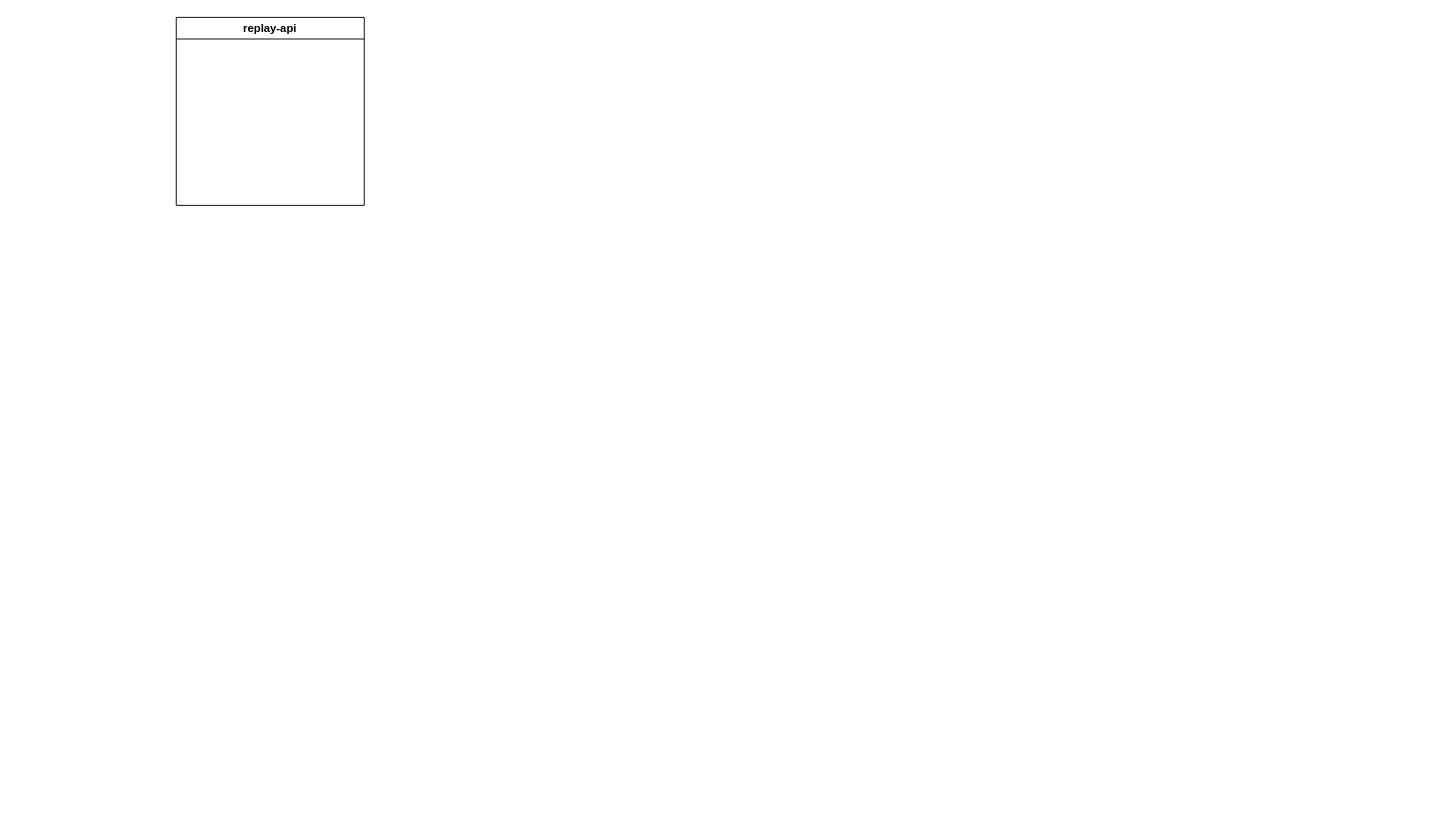
This is Untitled Diagram.drawio from pkx10086/diagram, a draw.io file, before an edit. Source tidied: cells renumbered, new cells numbered last; positions are measured from the earlier drawing's top-left corner, leaving out a move shared by most shapes. Both pictures are drawn from the tidied source at 94%, with x=0, y=0 at pixel (176, 17).
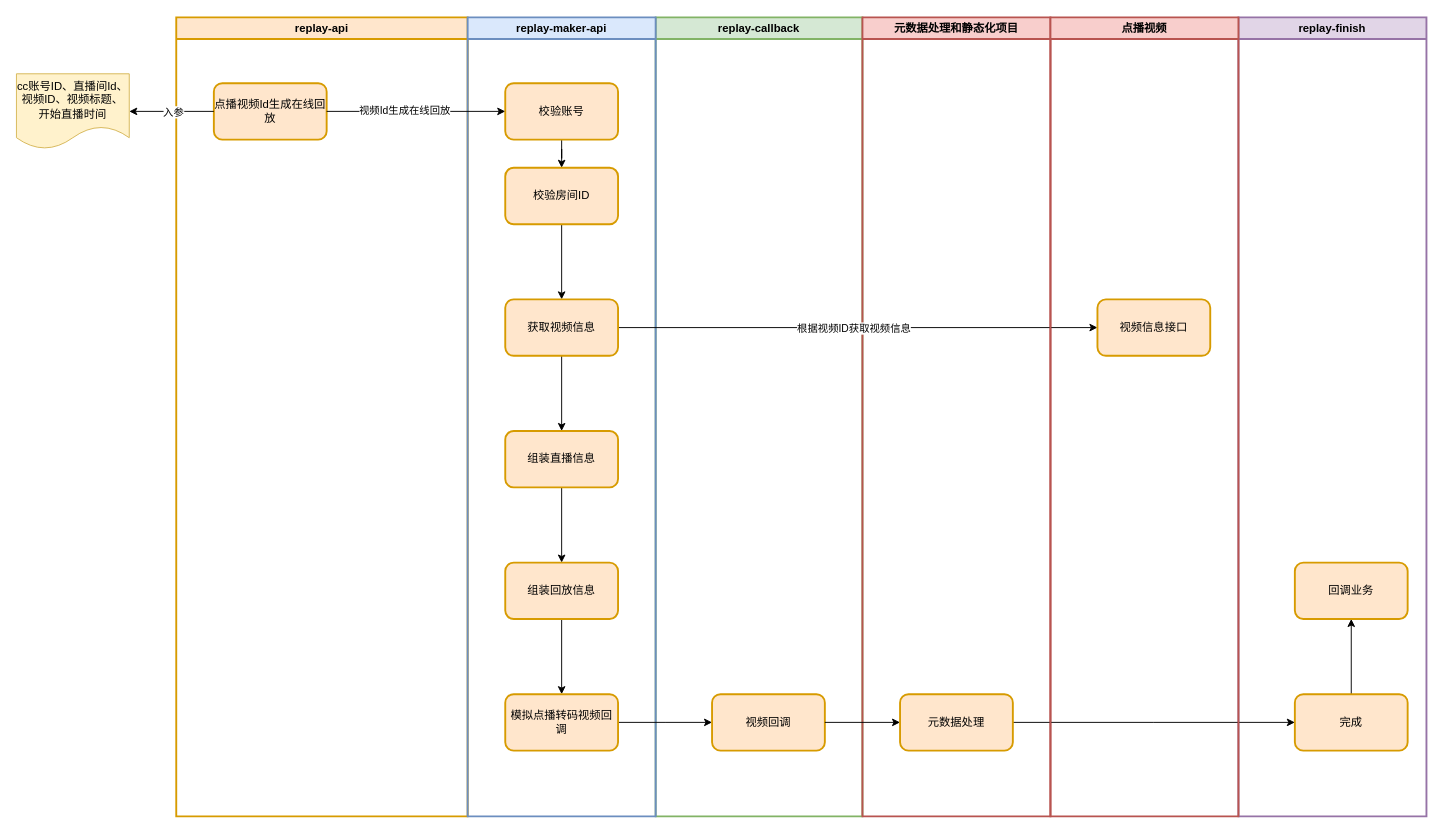
After the change.

Diff of the diagram source:
```diff
@@
-    <mxCell id="2" value="replay-api" style="swimlane;whiteSpace=wrap;html=1;" parent="1" vertex="1">
-      <mxGeometry width="200" height="200" as="geometry" />
+    <mxCell id="2" value="replay-api" style="swimlane;whiteSpace=wrap;html=1;fillColor=#ffe6cc;strokeColor=#d79b00;strokeWidth=2;startSize=23;" parent="1" vertex="1">
+      <mxGeometry width="310" height="850" as="geometry" />
     </mxCell>
+    <mxCell id="3" value="点播视频Id生成在线回放" style="rounded=1;whiteSpace=wrap;html=1;fillColor=#ffe6cc;strokeColor=#d79b00;strokeWidth=2;" parent="2" vertex="1">
+      <mxGeometry x="40" y="70" width="120" height="60" as="geometry" />
+    </mxCell>
+    <mxCell id="4" value="replay-callback" style="swimlane;whiteSpace=wrap;html=1;fillColor=#d5e8d4;strokeColor=#82b366;strokeWidth=2;" parent="1" vertex="1">
+      <mxGeometry x="510" width="220" height="850" as="geometry" />
+    </mxCell>
+    <mxCell id="5" value="视频回调" style="whiteSpace=wrap;html=1;fillColor=#ffe6cc;strokeColor=#d79b00;rounded=1;strokeWidth=2;" parent="4" vertex="1">
+      <mxGeometry x="60" y="720" width="120" height="60" as="geometry" />
+    </mxCell>
+    <mxCell id="6" value="replay-finish" style="swimlane;whiteSpace=wrap;html=1;fillColor=#e1d5e7;strokeColor=#9673a6;strokeWidth=2;" parent="1" vertex="1">
+      <mxGeometry x="1130" width="200" height="850" as="geometry" />
+    </mxCell>
+    <mxCell id="7" style="edgeStyle=orthogonalEdgeStyle;rounded=0;jettySize=auto;html=1;" parent="6" edge="1" source="8" target="9">
+      <mxGeometry relative="1" as="geometry" />
+    </mxCell>
+    <mxCell id="8" value="完成" style="whiteSpace=wrap;html=1;fillColor=#ffe6cc;strokeColor=#d79b00;rounded=1;strokeWidth=2;" parent="6" vertex="1">
+      <mxGeometry x="60" y="720" width="120" height="60" as="geometry" />
+    </mxCell>
+    <mxCell id="9" value="回调业务" style="whiteSpace=wrap;html=1;fillColor=#ffe6cc;strokeColor=#d79b00;rounded=1;strokeWidth=2;" parent="6" vertex="1">
+      <mxGeometry x="60" y="580" width="120" height="60" as="geometry" />
+    </mxCell>
+    <mxCell id="10" value="元数据处理和静态化项目" style="swimlane;whiteSpace=wrap;html=1;fillColor=#f8cecc;strokeColor=#b85450;strokeWidth=2;" parent="1" vertex="1">
+      <mxGeometry x="730" width="200" height="850" as="geometry" />
+    </mxCell>
+    <mxCell id="11" style="edgeStyle=orthogonalEdgeStyle;rounded=0;jettySize=auto;html=1;" parent="10" edge="1" source="12">
+      <mxGeometry relative="1" as="geometry">
+        <mxPoint x="460" y="750" as="targetPoint" />
+      </mxGeometry>
+    </mxCell>
+    <mxCell id="12" value="元数据处理" style="whiteSpace=wrap;html=1;fillColor=#ffe6cc;strokeColor=#d79b00;rounded=1;strokeWidth=2;" parent="10" vertex="1">
+      <mxGeometry x="40" y="720" width="120" height="60" as="geometry" />
+    </mxCell>
+    <mxCell id="13" value="cc账号ID、直播间Id、视频ID、视频标题、开始直播时间" style="shape=document;whiteSpace=wrap;html=1;boundedLbl=1;fillColor=#fff2cc;strokeColor=#d6b656;" parent="1" vertex="1">
+      <mxGeometry x="-170" y="60" width="120" height="80" as="geometry" />
+    </mxCell>
+    <mxCell id="14" style="edgeStyle=orthogonalEdgeStyle;rounded=0;jettySize=auto;html=1;entryX=1;entryY=0.5;entryDx=0;entryDy=0;" parent="1" edge="1" source="3" target="13">
+      <mxGeometry relative="1" as="geometry" />
+    </mxCell>
+    <mxCell id="15" value="入参" style="edgeLabel;html=1;align=center;verticalAlign=middle;" parent="14" vertex="1">
+      <mxGeometry x="-0.02" relative="1" as="geometry" />
+    </mxCell>
+    <mxCell id="16" value="replay-maker-api" style="swimlane;whiteSpace=wrap;html=1;fillColor=#dae8fc;strokeColor=#6c8ebf;strokeWidth=2;" parent="1" vertex="1">
+      <mxGeometry x="310" width="200" height="850" as="geometry" />
+    </mxCell>
+    <mxCell id="17" style="edgeStyle=orthogonalEdgeStyle;rounded=0;jettySize=auto;html=1;" parent="16" edge="1" source="18" target="20">
+      <mxGeometry relative="1" as="geometry" />
+    </mxCell>
+    <mxCell id="18" value="校验账号" style="whiteSpace=wrap;html=1;fillColor=#ffe6cc;strokeColor=#d79b00;rounded=1;strokeWidth=2;" parent="16" vertex="1">
+      <mxGeometry x="40" y="70" width="120" height="60" as="geometry" />
+    </mxCell>
+    <mxCell id="19" style="edgeStyle=orthogonalEdgeStyle;rounded=0;jettySize=auto;html=1;" parent="16" edge="1" source="20" target="24">
+      <mxGeometry relative="1" as="geometry" />
+    </mxCell>
+    <mxCell id="20" value="校验房间ID" style="whiteSpace=wrap;html=1;fillColor=#ffe6cc;strokeColor=#d79b00;rounded=1;strokeWidth=2;" parent="16" vertex="1">
+      <mxGeometry x="40" y="160" width="120" height="60" as="geometry" />
+    </mxCell>
+    <mxCell id="21" style="edgeStyle=orthogonalEdgeStyle;rounded=0;jettySize=auto;html=1;" parent="16" edge="1" source="24">
+      <mxGeometry relative="1" as="geometry">
+        <mxPoint x="670" y="330" as="targetPoint" />
+      </mxGeometry>
+    </mxCell>
+    <mxCell id="22" value="根据视频ID获取视频信息" style="edgeLabel;html=1;align=center;verticalAlign=middle;" parent="21" vertex="1">
+      <mxGeometry x="-0.02" relative="1" as="geometry" />
+    </mxCell>
+    <mxCell id="23" style="edgeStyle=orthogonalEdgeStyle;rounded=0;jettySize=auto;html=1;" parent="16" edge="1" source="24" target="26">
+      <mxGeometry relative="1" as="geometry" />
+    </mxCell>
+    <mxCell id="24" value="获取视频信息" style="whiteSpace=wrap;html=1;fillColor=#ffe6cc;strokeColor=#d79b00;rounded=1;strokeWidth=2;" parent="16" vertex="1">
+      <mxGeometry x="40" y="300" width="120" height="60" as="geometry" />
+    </mxCell>
+    <mxCell id="25" style="edgeStyle=orthogonalEdgeStyle;rounded=0;jettySize=auto;html=1;" parent="16" edge="1" source="26" target="28">
+      <mxGeometry relative="1" as="geometry" />
+    </mxCell>
+    <mxCell id="26" value="组装直播信息" style="whiteSpace=wrap;html=1;fillColor=#ffe6cc;strokeColor=#d79b00;rounded=1;strokeWidth=2;" parent="16" vertex="1">
+      <mxGeometry x="40" y="440" width="120" height="60" as="geometry" />
+    </mxCell>
+    <mxCell id="27" style="edgeStyle=orthogonalEdgeStyle;rounded=0;jettySize=auto;html=1;" parent="16" edge="1" source="28" target="30">
+      <mxGeometry relative="1" as="geometry" />
+    </mxCell>
+    <mxCell id="28" value="组装回放信息" style="whiteSpace=wrap;html=1;fillColor=#ffe6cc;strokeColor=#d79b00;rounded=1;strokeWidth=2;" parent="16" vertex="1">
+      <mxGeometry x="40" y="580" width="120" height="60" as="geometry" />
+    </mxCell>
+    <mxCell id="29" style="edgeStyle=orthogonalEdgeStyle;rounded=0;jettySize=auto;html=1;" parent="16" edge="1" source="30">
+      <mxGeometry relative="1" as="geometry">
+        <mxPoint x="260" y="750" as="targetPoint" />
+      </mxGeometry>
+    </mxCell>
+    <mxCell id="30" value="模拟点播转码视频回调" style="whiteSpace=wrap;html=1;fillColor=#ffe6cc;strokeColor=#d79b00;rounded=1;strokeWidth=2;" parent="16" vertex="1">
+      <mxGeometry x="40" y="720" width="120" height="60" as="geometry" />
+    </mxCell>
+    <mxCell id="31" style="edgeStyle=orthogonalEdgeStyle;rounded=0;jettySize=auto;html=1;entryX=0;entryY=0.5;entryDx=0;entryDy=0;" parent="1" edge="1" source="3" target="18">
+      <mxGeometry relative="1" as="geometry" />
+    </mxCell>
+    <mxCell id="32" value="视频Id生成在线回放" style="edgeLabel;html=1;align=center;verticalAlign=middle;" parent="31" vertex="1">
+      <mxGeometry x="-0.14" y="2" relative="1" as="geometry" />
+    </mxCell>
+    <mxCell id="33" value="点播视频" style="swimlane;whiteSpace=wrap;html=1;fillColor=#f8cecc;strokeColor=#b85450;strokeWidth=2;" parent="1" vertex="1">
+      <mxGeometry x="930" width="200" height="850" as="geometry" />
+    </mxCell>
+    <mxCell id="34" value="视频信息接口" style="whiteSpace=wrap;html=1;fillColor=#ffe6cc;strokeColor=#d79b00;rounded=1;strokeWidth=2;" parent="33" vertex="1">
+      <mxGeometry x="50" y="300" width="120" height="60" as="geometry" />
+    </mxCell>
+    <mxCell id="35" style="edgeStyle=orthogonalEdgeStyle;rounded=0;jettySize=auto;html=1;" parent="1" edge="1" source="5" target="12">
+      <mxGeometry relative="1" as="geometry" />
+    </mxCell>
```
